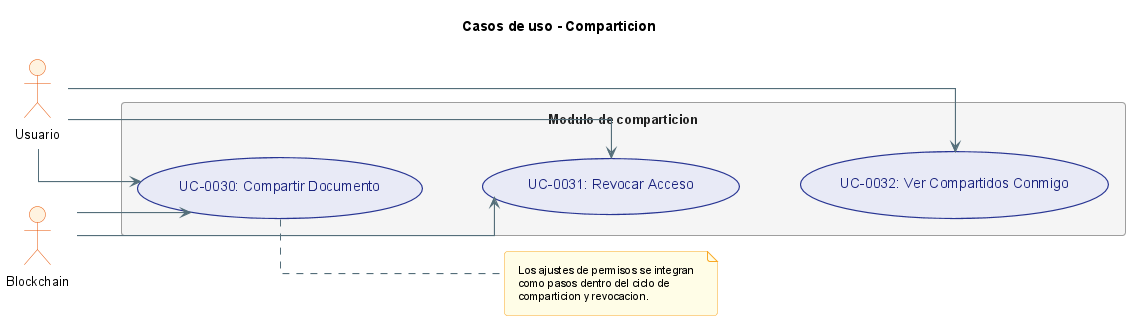
Above: anexos/diagramas/uc_comparticion.png in ErDeivih/DocumentChain (PlantUML), before the change.
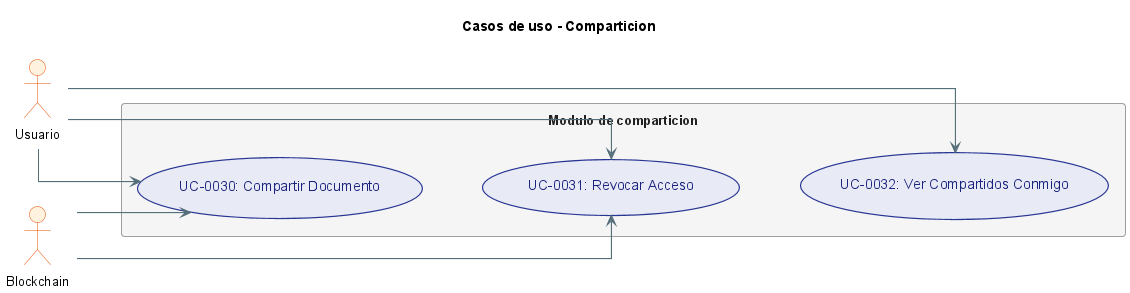
Above is the later version.

The edit, as a diff of the source:
```diff
@@ -21,10 +21,4 @@
 
 SC --> UC30
 SC --> UC31
-
-note right of UC30
-  Los ajustes de permisos se integran
-  como pasos dentro del ciclo de
-  comparticion y revocacion.
-end note
 @enduml
```
